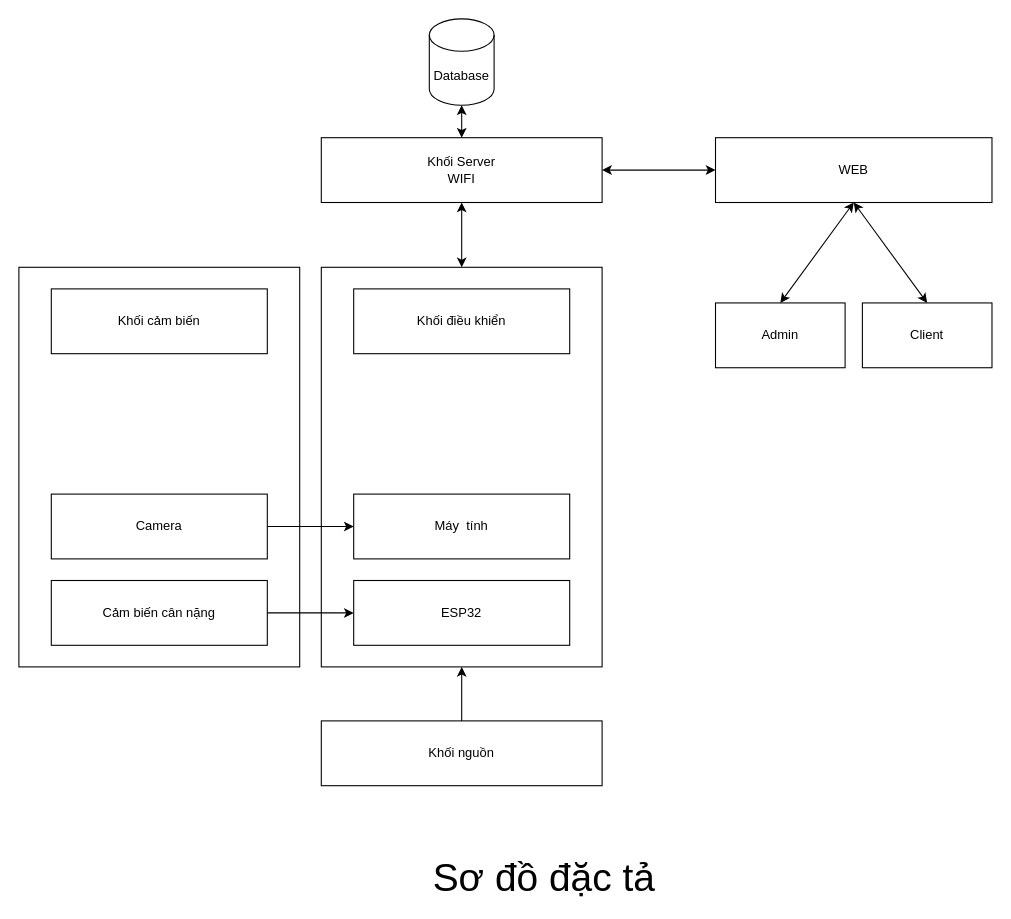
Before: Untitled Diagram.drawio in thangdomanh/DOAN2, a draw.io diagram. Source tidied: cells renumbered, new cells numbered last; positions are measured from the earlier drawing's top-left corner, leaving out a move shared by most shapes. Both pictures are drawn from the tidied source at 108%, with x=0, y=0 at pixel (18, 18).
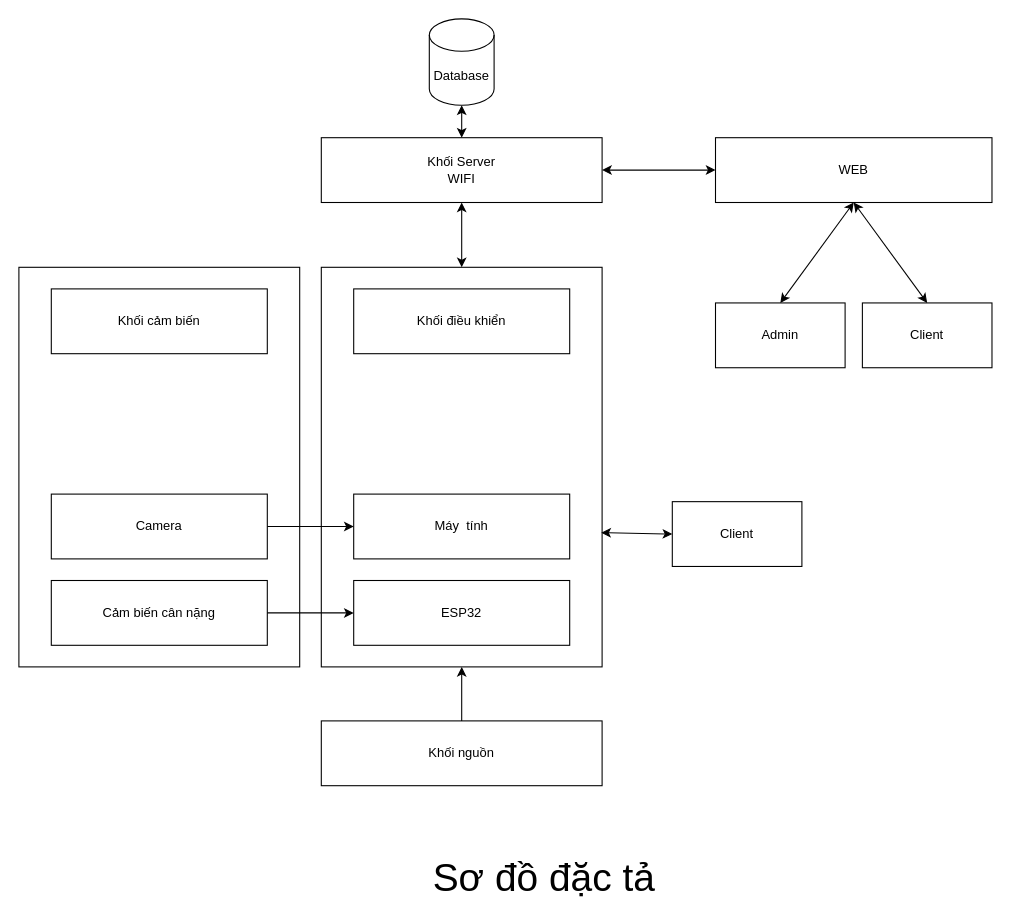
Above is the later version.

Commit message:
Cập nhật Untitled Diagram.drawio

The change refers to these unchanged cells:
```xml
<mxCell id="6" style="rounded=0;whiteSpace=wrap;html=1;" parent="1" vertex="1">
  <mxGeometry x="280" y="230" width="260" height="370" as="geometry" />
</mxCell>
```

What changed in the source:
```diff
@@
+    <mxCell id="26" value="Client" style="rounded=0;whiteSpace=wrap;html=1;" parent="1" vertex="1">
+      <mxGeometry x="605" y="447" width="120" height="60" as="geometry" />
+    </mxCell>
+    <mxCell id="27" style="endArrow=classic;startArrow=classic;html=1;rounded=0;entryX=0.997;entryY=0.664;entryDx=0;entryDy=0;exitX=0;exitY=0.5;exitDx=0;exitDy=0;entryPerimeter=0;" parent="1" edge="1" source="26" target="6">
+      <mxGeometry relative="1" as="geometry" />
+    </mxCell>
```
